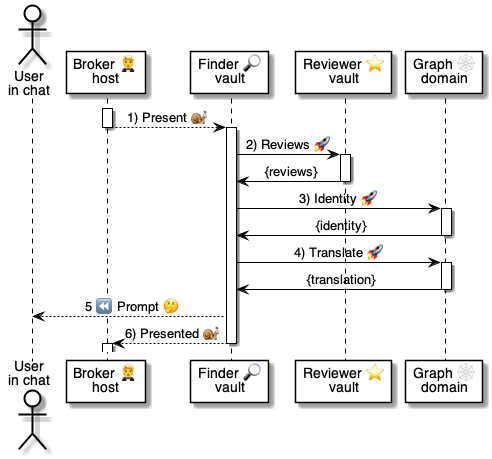
Before: 4 ⚙️ Solution/50 🫥 Agent domains/Finders 🔎/🔎⏩ Finder flows/Present 🔎⏩🧑‍🦰/🔎 Present ⚙️ uml.png, a diagram exported from PlantUML (pollyweb-org/pollyweb-docs). Its source is kept beside it as 4 ⚙️ Solution/50 🫥 Agent domains/Finders 🔎/🔎⏩ Finder flows/Present 🔎⏩🧑‍🦰/🔎 Present ⚙️ uml.puml.
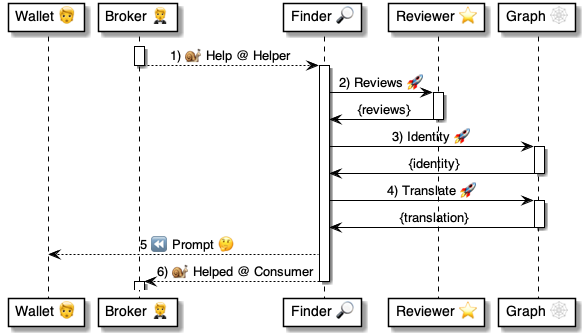
After the change.

The edit, as a diff of the source:
```diff
@@ -1,15 +1,15 @@
 @startuml Present
 
-actor "User\nin chat" as user
-participant "Broker 🤵\nhost" as broker
-participant "Finder 🔎\nvault" as finder
-participant "Reviewer ⭐\nvault" as reviewer
-participant "Graph 🕸\ndomain" as graph
+participant "Wallet 🧑" as user
+participant "Broker 🤵" as broker
+participant "Finder 🔎" as finder
+participant "Reviewer ⭐" as reviewer
+participant "Graph 🕸" as graph
 
 
 activate broker
 
-    broker --> finder: 1) Present 🐌
+    broker --> finder: 1) 🐌 Help @ Helper
     deactivate broker
 
     activate finder
@@ -32,7 +32,7 @@
 
       finder --> user: 5 ⏪ Prompt 🤔
 
-      finder --> broker: 6) Presented 🐌
+      finder --> broker: 6) 🐌 Helped @ Consumer
 
     deactivate finder
     activate broker
```
